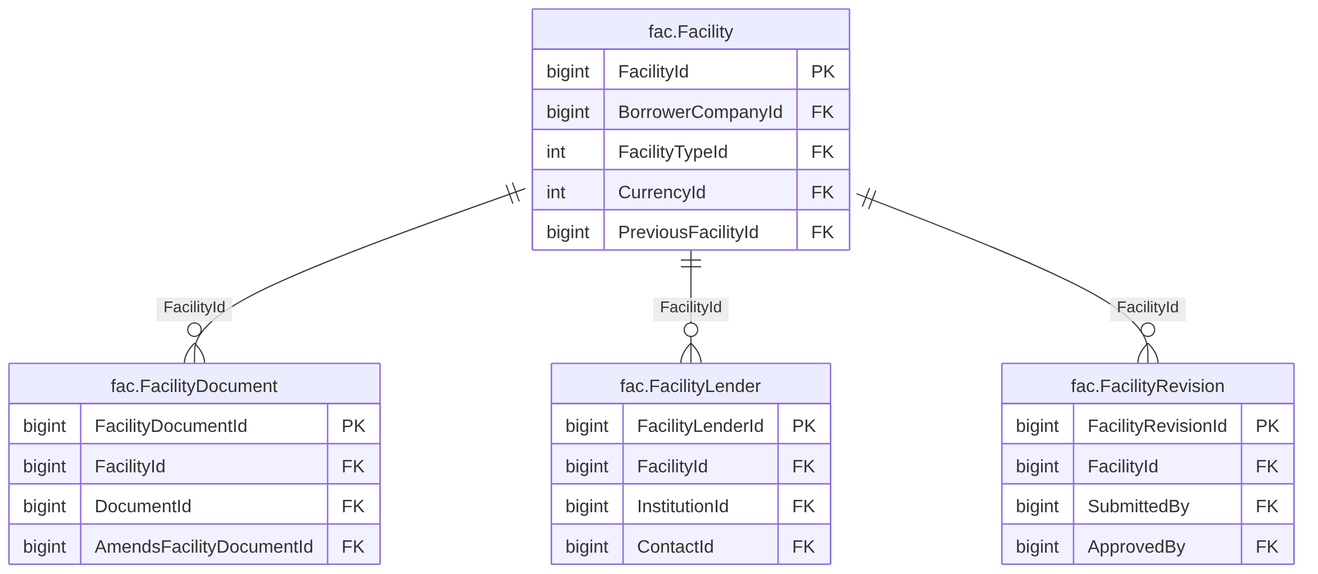
Above: treasury-platform/docs/diagrams/erd/m5_facility_core_1.png in thawrasy/smartlines (Mermaid), before the change. Its source is kept beside it as treasury-platform/docs/diagrams/erd/m5_facility_core_1.mmd.
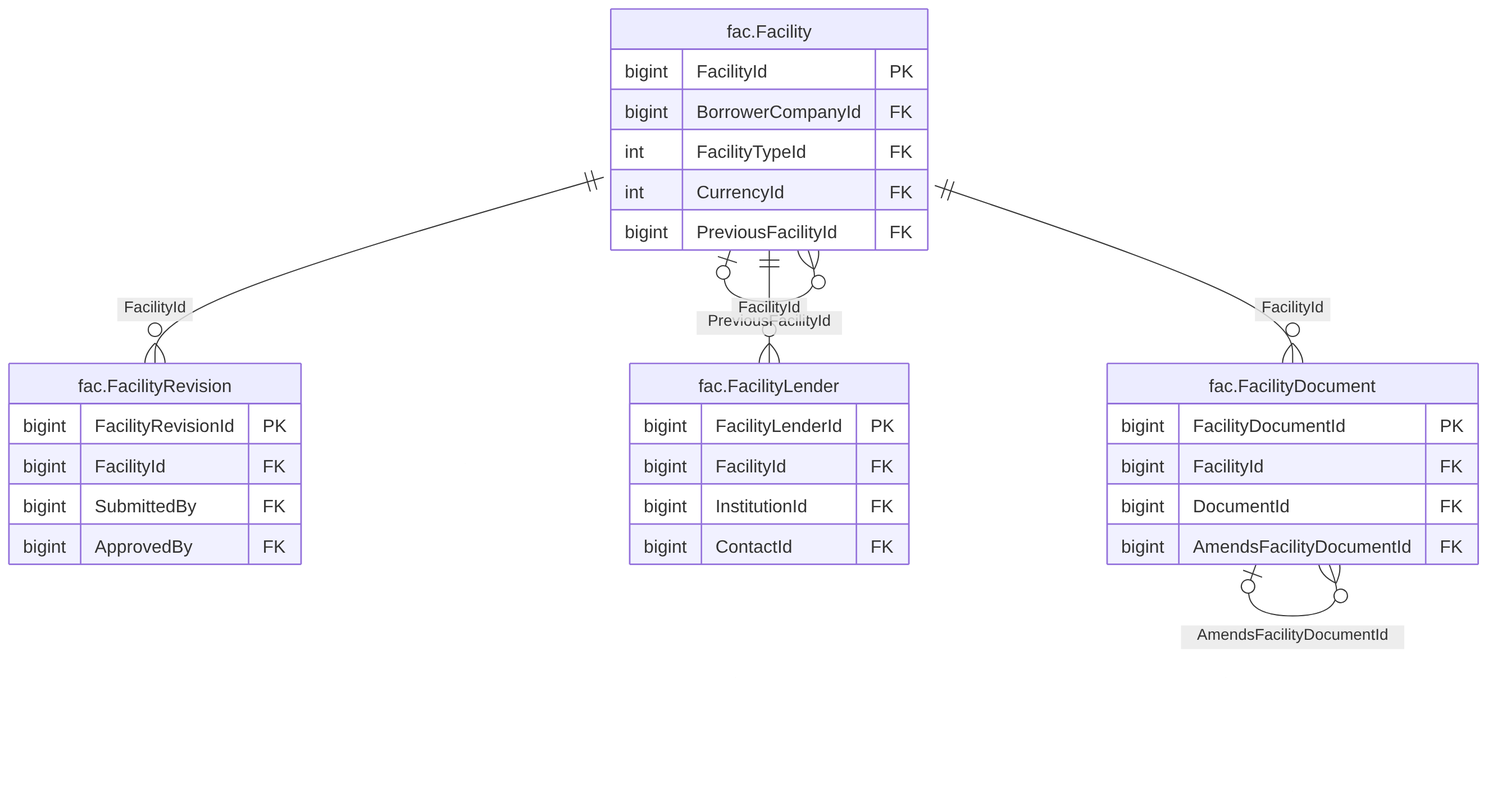
Later version of the same file.

What changed in the source:
```diff
@@ -24,6 +24,8 @@
     bigint InstitutionId FK
     bigint ContactId FK
   }
+  fac_Facility |o--o{ fac_Facility : "PreviousFacilityId"
   fac_Facility ||--o{ fac_FacilityDocument : "FacilityId"
   fac_Facility ||--o{ fac_FacilityLender : "FacilityId"
   fac_Facility ||--o{ fac_FacilityRevision : "FacilityId"
+  fac_FacilityDocument |o--o{ fac_FacilityDocument : "AmendsFacilityDocumentId"
```
